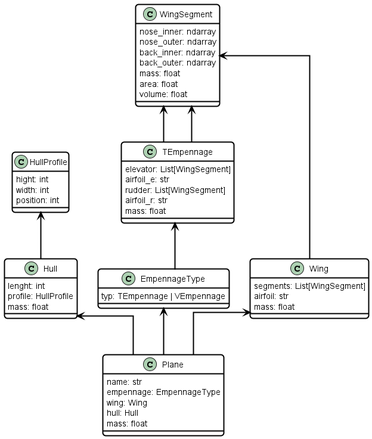
This is doc/uml/test.png from TheHenrik/mace, a PlantUML export, as it was before one commit.
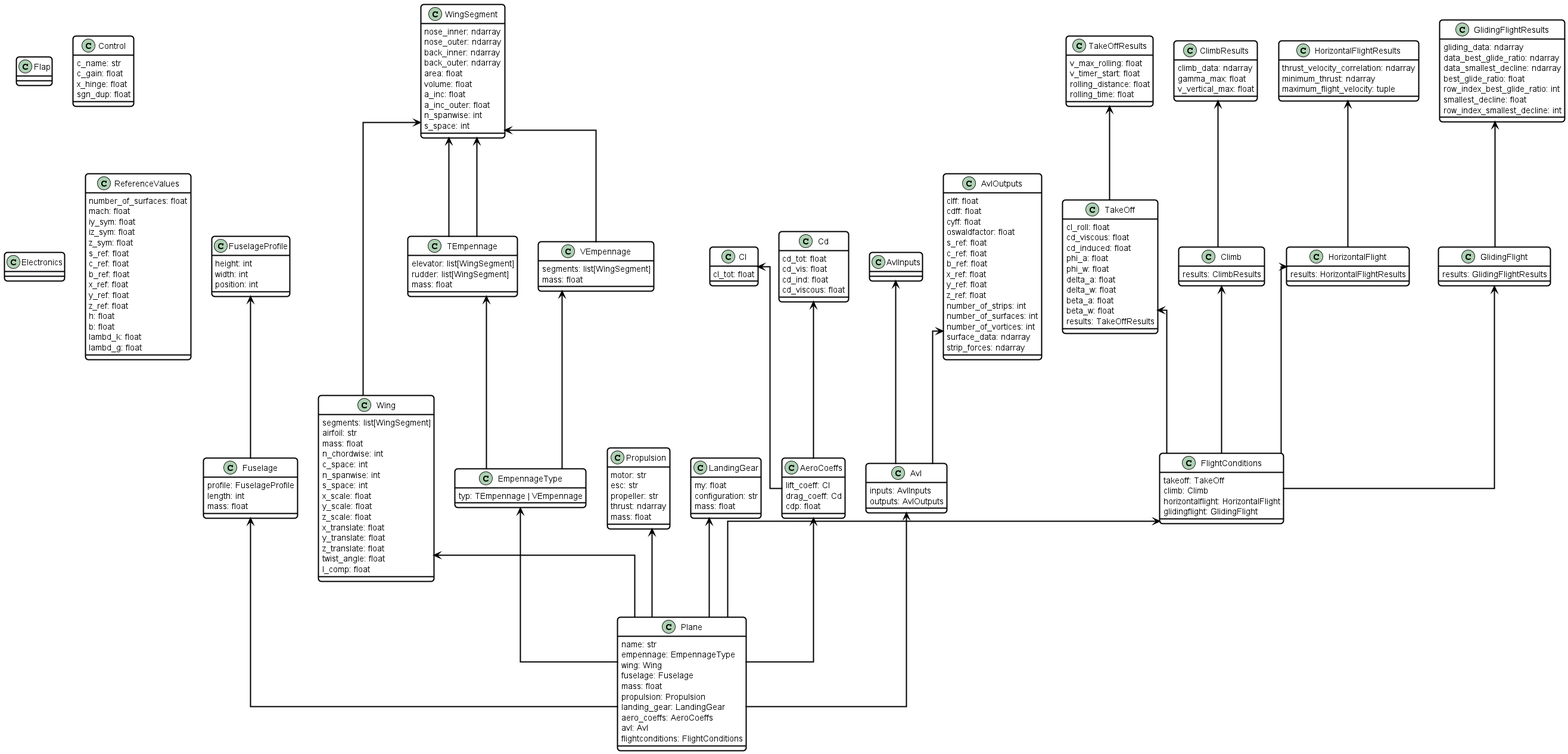
Later version of the same file.

The edit, as a diff of the source:
```diff
@@ -11,53 +11,222 @@
         RoundCorner 10
     }
 </style>
-class EmpennageType {
-typ: TEmpennage | VEmpennage
-}
-TEmpennage <-- EmpennageType
-class Hull {
-lenght: int
-profile: HullProfile
-mass: float
-}
-HullProfile <-- Hull
-class HullProfile {
-hight: int
+class FuselageProfile {
+height: int
 width: int
 position: int
 }
-class Plane {
-name: str
-empennage: EmpennageType
-wing: Wing
-hull: Hull
+class Fuselage {
+profile: FuselageProfile
+length: int
 mass: float
 }
-EmpennageType <-- Plane
-Wing <-- Plane
-Hull <-- Plane
-class TEmpennage {
-elevator: List[WingSegment]
-airfoil_e: str
-rudder: List[WingSegment]
-airfoil_r: str
-mass: float
+FuselageProfile <-- Fuselage
+class Flap {
 }
-WingSegment <-- TEmpennage
-WingSegment <-- TEmpennage
-class Wing {
-segments: List[WingSegment]
-airfoil: str
-mass: float
+class Control {
+c_name: str
+c_gain: float
+x_hinge: float
+sgn_dup: float
 }
-WingSegment <-- Wing
 class WingSegment {
 nose_inner: ndarray
 nose_outer: ndarray
 back_inner: ndarray
 back_outer: ndarray
-mass: float
 area: float
 volume: float
+a_inc: float
+a_inc_outer: float
+n_spanwise: int
+s_space: int
 }
+class Wing {
+segments: list[WingSegment]
+airfoil: str
+mass: float
+n_chordwise: int
+c_space: int
+n_spanwise: int
+s_space: int
+x_scale: float
+y_scale: float
+z_scale: float
+x_translate: float
+y_translate: float
+z_translate: float
+twist_angle: float
+l_comp: float
+}
+WingSegment <-- Wing
+class TEmpennage {
+elevator: list[WingSegment]
+rudder: list[WingSegment]
+mass: float
+}
+WingSegment <-- TEmpennage
+WingSegment <-- TEmpennage
+class VEmpennage {
+segments: list[WingSegment]
+mass: float
+}
+WingSegment <-- VEmpennage
+class EmpennageType {
+typ: TEmpennage | VEmpennage
+}
+TEmpennage <-- EmpennageType
+VEmpennage <-- EmpennageType
+class Propulsion {
+motor: str
+esc: str
+propeller: str
+thrust: ndarray
+mass: float
+}
+class LandingGear {
+my: float
+configuration: str
+mass: float
+}
+class Electronics {
+}
+class ReferenceValues {
+number_of_surfaces: float
+mach: float
+iy_sym: float
+iz_sym: float
+z_sym: float
+s_ref: float
+c_ref: float
+b_ref: float
+x_ref: float
+y_ref: float
+z_ref: float
+h: float
+b: float
+lambd_k: float
+lambd_g: float
+}
+class Cl {
+cl_tot: float
+}
+class Cd {
+cd_tot: float
+cd_vis: float
+cd_ind: float
+cd_viscous: float
+}
+class AeroCoeffs {
+lift_coeff: Cl
+drag_coeff: Cd
+cdp: float
+}
+Cl <-- AeroCoeffs
+Cd <-- AeroCoeffs
+class AvlInputs {
+}
+class AvlOutputs {
+clff: float
+cdff: float
+cyff: float
+oswaldfactor: float
+s_ref: float
+c_ref: float
+b_ref: float
+x_ref: float
+y_ref: float
+z_ref: float
+number_of_strips: int
+number_of_surfaces: int
+number_of_vortices: int
+surface_data: ndarray
+strip_forces: ndarray
+}
+class Avl {
+inputs: AvlInputs
+outputs: AvlOutputs
+}
+AvlInputs <-- Avl
+AvlOutputs <-- Avl
+class TakeOffResults {
+v_max_rolling: float
+v_timer_start: float
+rolling_distance: float
+rolling_time: float
+}
+class TakeOff {
+cl_roll: float
+cd_viscous: float
+cd_induced: float
+phi_a: float
+phi_w: float
+delta_a: float
+delta_w: float
+beta_a: float
+beta_w: float
+results: TakeOffResults
+}
+TakeOffResults <-- TakeOff
+class ClimbResults {
+climb_data: ndarray
+gamma_max: float
+v_vertical_max: float
+}
+class Climb {
+results: ClimbResults
+}
+ClimbResults <-- Climb
+class HorizontalFlightResults {
+thrust_velocity_correlation: ndarray
+minimum_thrust: ndarray
+maximum_flight_velocity: tuple
+}
+class HorizontalFlight {
+results: HorizontalFlightResults
+}
+HorizontalFlightResults <-- HorizontalFlight
+class GlidingFlightResults {
+gliding_data: ndarray
+data_best_glide_ratio: ndarray
+data_smallest_decline: ndarray
+best_glide_ratio: float
+row_index_best_glide_ratio: int
+smallest_decline: float
+row_index_smallest_decline: int
+}
+class GlidingFlight {
+results: GlidingFlightResults
+}
+GlidingFlightResults <-- GlidingFlight
+class FlightConditions {
+takeoff: TakeOff
+climb: Climb
+horizontalflight: HorizontalFlight
+glidingflight: GlidingFlight
+}
+TakeOff <-- FlightConditions
+Climb <-- FlightConditions
+HorizontalFlight <-- FlightConditions
+GlidingFlight <-- FlightConditions
+class Plane {
+name: str
+empennage: EmpennageType
+wing: Wing
+fuselage: Fuselage
+mass: float
+propulsion: Propulsion
+landing_gear: LandingGear
+aero_coeffs: AeroCoeffs
+avl: Avl
+flightconditions: FlightConditions
+}
+EmpennageType <-- Plane
+Wing <-- Plane
+Fuselage <-- Plane
+Propulsion <-- Plane
+LandingGear <-- Plane
+AeroCoeffs <-- Plane
+Avl <-- Plane
+FlightConditions <-- Plane
 @enduml
```
